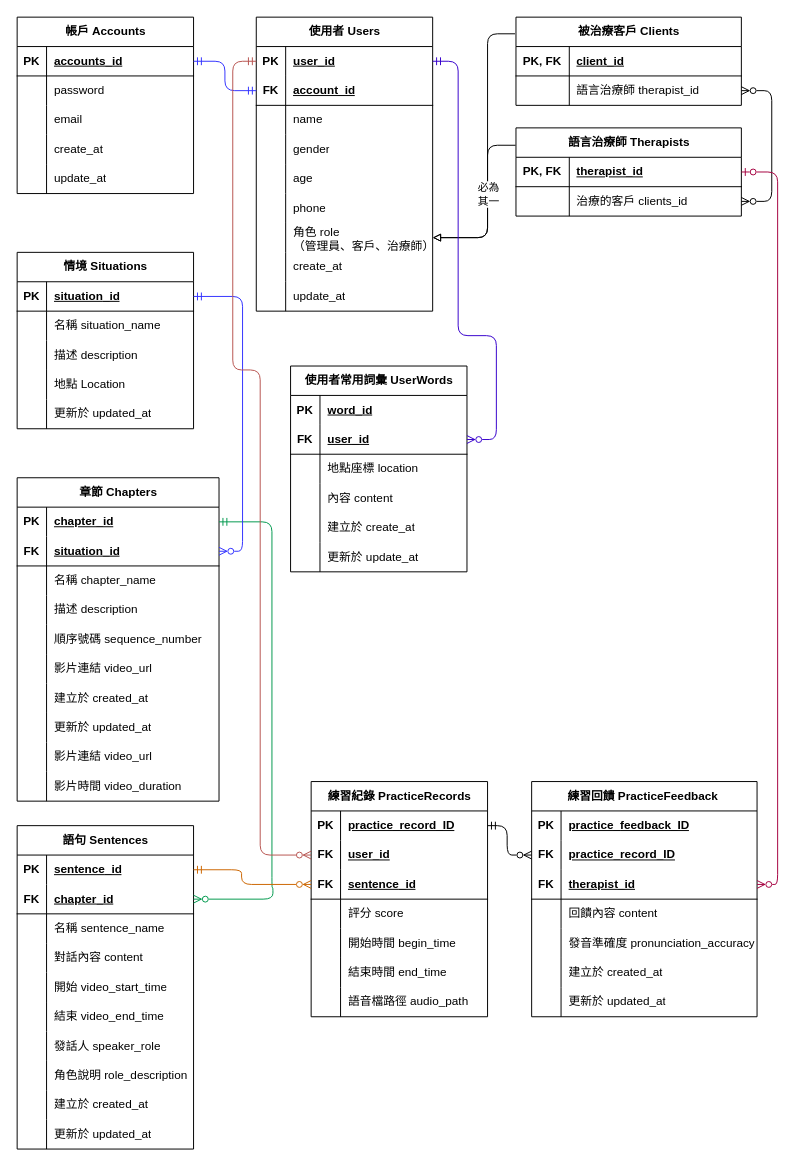
Before: page "實體關係圖 ERD" (1 of 2) of docs/ERD.drawio in VocalBorn/backend, a draw.io diagram. Source tidied: cells renumbered, new cells numbered last; positions are measured from the earlier drawing's top-left corner, leaving out a move shared by most shapes. Both pictures are drawn from the tidied source at 98%, with x=0, y=0 at pixel (17, 17).
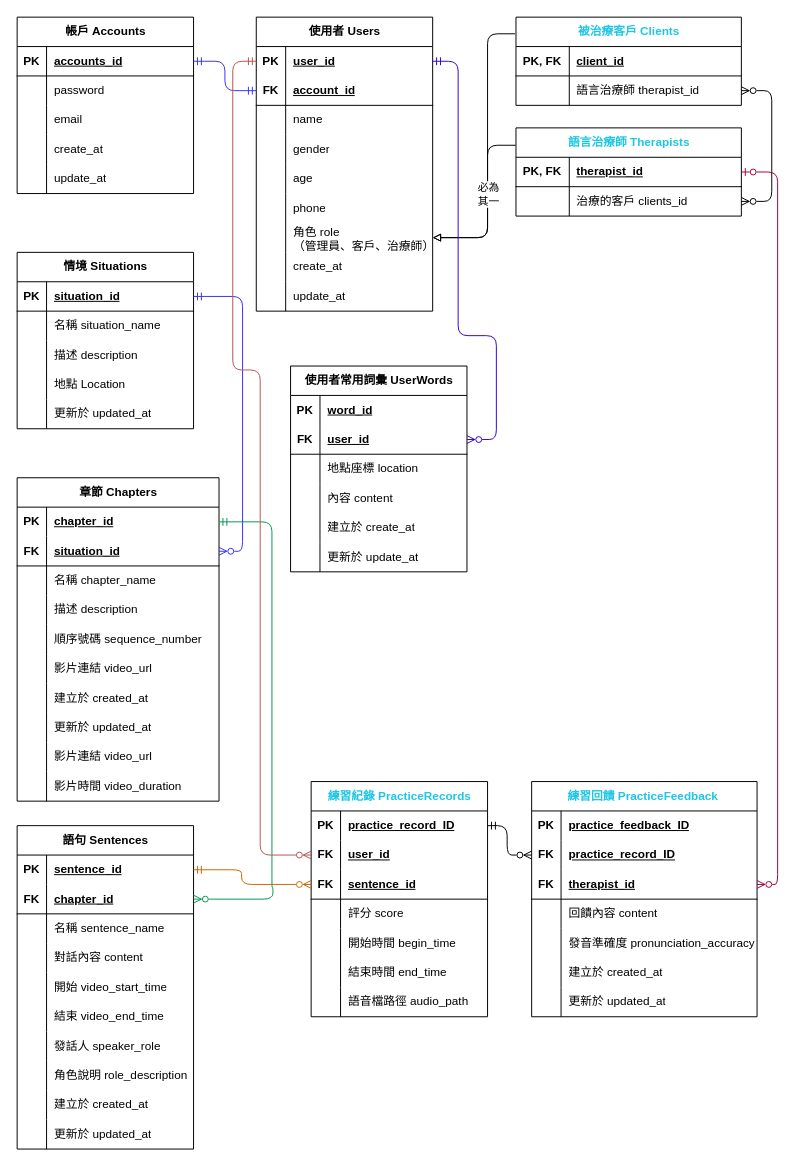
Above is the later version.

What changed in the source:
```diff
@@
-    <mxCell id="47" value="練習紀錄 PracticeRecords" style="shape=table;startSize=30;childLayout=tableLayout;rowLines=0;fontStyle=1;align=center;html=1;" parent="1" vertex="1">
+    <mxCell id="47" value="&lt;font style=&quot;color: rgb(29, 198, 227);&quot;&gt;練習紀錄 PracticeRecords&lt;/font&gt;" style="shape=table;startSize=30;childLayout=tableLayout;rowLines=0;fontStyle=1;align=center;html=1;" parent="1" vertex="1">
       <mxGeometry x="300" y="780" width="180" height="240" as="geometry" />
     </mxCell>
@@
-    <mxCell id="70" value="練習回饋&amp;nbsp;&lt;span style=&quot;color: rgb(0, 0, 0);&quot;&gt;PracticeFeedback&amp;nbsp;&lt;/span&gt;" style="shape=table;startSize=30;childLayout=tableLayout;rowLines=0;fontStyle=1;align=center;html=1;" parent="1" vertex="1">
+    <mxCell id="70" value="&lt;font&gt;&lt;font&gt;&lt;font style=&quot;color: rgb(29, 198, 227);&quot;&gt;練習回饋&amp;nbsp;PracticeFeedback&amp;nbsp;&lt;/font&gt;&lt;/font&gt;&lt;/font&gt;" style="shape=table;startSize=30;childLayout=tableLayout;rowLines=0;fontStyle=1;align=center;html=1;" parent="1" vertex="1">
       <mxGeometry x="525" y="780" width="230" height="240" as="geometry" />
     </mxCell>
@@
-    <mxCell id="196" value="被治療客戶 Clients" style="shape=table;startSize=30;childLayout=tableLayout;rowLines=0;fontStyle=1;align=center;html=1;" parent="1" vertex="1">
+    <mxCell id="196" value="&lt;font style=&quot;color: rgb(29, 198, 227);&quot;&gt;被治療客戶 Clients&lt;/font&gt;" style="shape=table;startSize=30;childLayout=tableLayout;rowLines=0;fontStyle=1;align=center;html=1;" parent="1" vertex="1">
       <mxGeometry x="509" width="230" height="90" as="geometry" />
     </mxCell>
@@
-    <mxCell id="203" value="語言治療師 Therapists" style="shape=table;startSize=30;childLayout=tableLayout;rowLines=0;fontStyle=1;align=center;html=1;" parent="1" vertex="1">
+    <mxCell id="203" value="&lt;font style=&quot;color: rgb(29, 198, 227);&quot;&gt;語言治療師 Therapists&lt;/font&gt;" style="shape=table;startSize=30;childLayout=tableLayout;rowLines=0;fontStyle=1;align=center;html=1;" parent="1" vertex="1">
       <mxGeometry x="509" y="113" width="230" height="90" as="geometry" />
     </mxCell>
```
